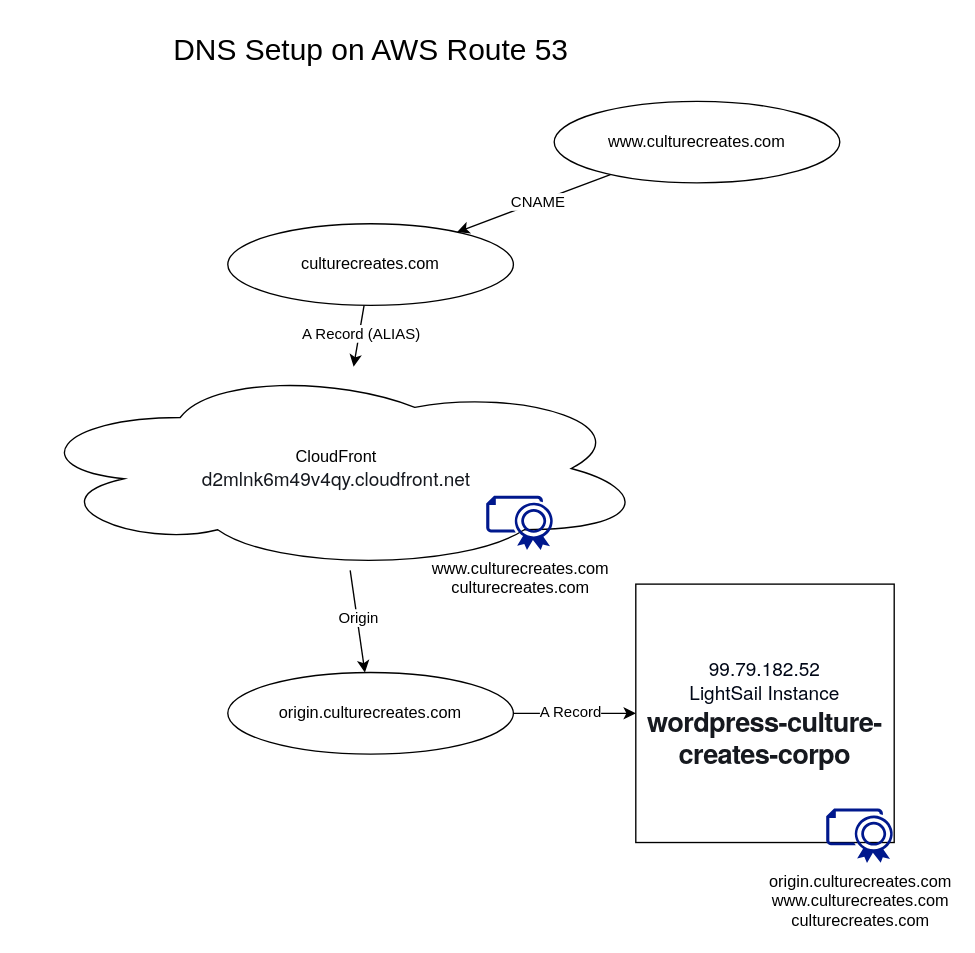
The draw.io diagram Corpo Website Hosting Diagram.drawio in culturecreates/culture-creates-wiki, before the edit. Source tidied: cells renumbered, new cells numbered last; positions are measured from the earlier drawing's top-left corner, leaving out a move shared by most shapes. Both pictures are drawn from the tidied source at 136%, with x=0, y=0 at pixel (23, 23).
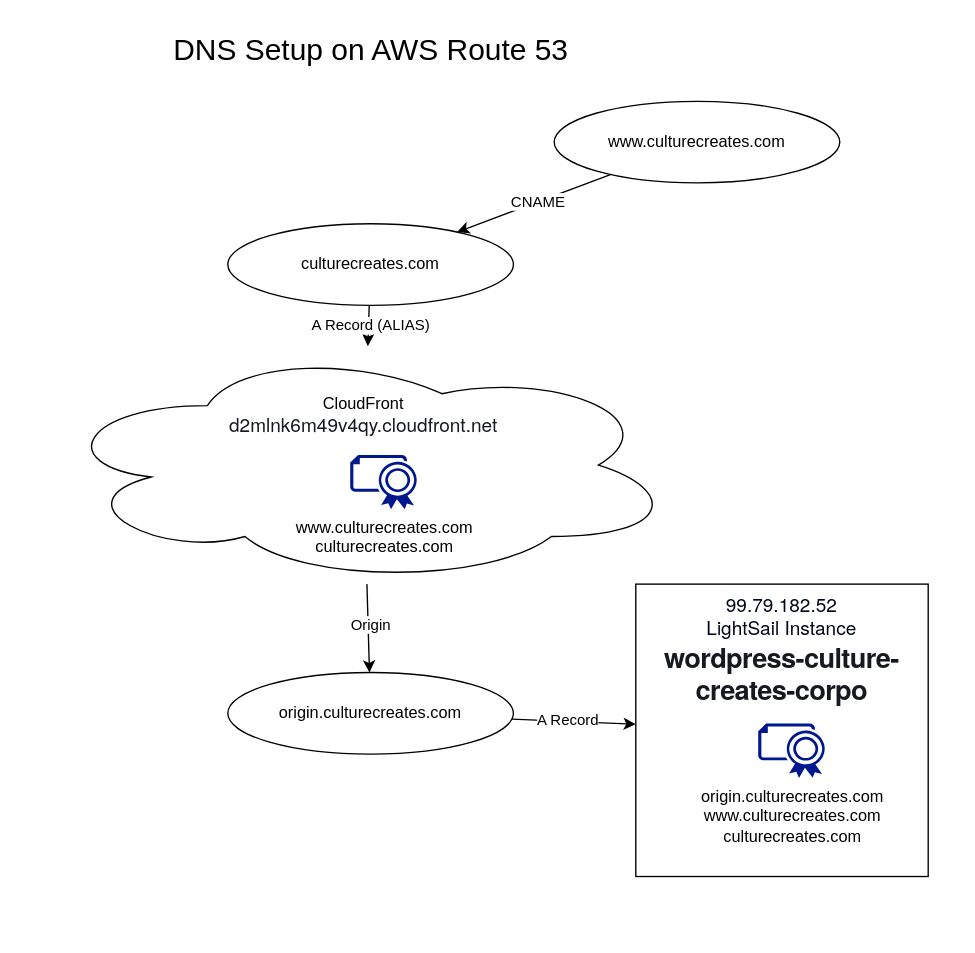
The same page after the edit.

Change to the diagram source:
```diff
@@
 <mxGraphModel>
   <root>
     <mxCell id="0" />
     <mxCell id="1" parent="0" />
-    <mxCell id="2" value="&lt;span style=&quot;text-align: start; caret-color: rgb(0, 7, 22); color: rgb(0, 7, 22); font-family: &amp;quot;Amazon Ember&amp;quot;, &amp;quot;Helvetica Neue&amp;quot;, Roboto, Arial, sans-serif; font-size: 14px; background-color: rgb(255, 255, 255);&quot;&gt;99.79.182.52&lt;/span&gt;&lt;br&gt;&lt;div&gt;&lt;span style=&quot;text-align: start; caret-color: rgb(0, 7, 22); color: rgb(0, 7, 22); font-family: &amp;quot;Amazon Ember&amp;quot;, &amp;quot;Helvetica Neue&amp;quot;, Roboto, Arial, sans-serif; font-size: 14px; background-color: rgb(255, 255, 255);&quot;&gt;LightSail Instance&lt;/span&gt;&lt;/div&gt;&lt;div&gt;&lt;span style=&quot;text-align: start; caret-color: rgb(22, 25, 31); color: rgb(22, 25, 31); font-family: &amp;quot;Amazon Ember&amp;quot;, &amp;quot;Helvetica Neue&amp;quot;, Roboto, Arial, sans-serif; font-weight: 700; letter-spacing: -0.48px; background-color: rgb(255, 255, 255);&quot;&gt;&lt;font style=&quot;font-size: 20px;&quot;&gt;wordpress-culture-creates-corpo&lt;/font&gt;&lt;/span&gt;&lt;span style=&quot;text-align: start; caret-color: rgb(0, 7, 22); color: rgb(0, 7, 22); font-family: &amp;quot;Amazon Ember&amp;quot;, &amp;quot;Helvetica Neue&amp;quot;, Roboto, Arial, sans-serif; font-size: 14px; background-color: rgb(255, 255, 255);&quot;&gt;&lt;br&gt;&lt;/span&gt;&lt;/div&gt;" style="whiteSpace=wrap;html=1;" parent="1" vertex="1">
-      <mxGeometry x="450" y="412" width="190" height="190" as="geometry" />
+    <mxCell id="2" value="&lt;span style=&quot;text-align: start; caret-color: rgb(0, 7, 22); color: rgb(0, 7, 22); font-family: &amp;quot;Amazon Ember&amp;quot;, &amp;quot;Helvetica Neue&amp;quot;, Roboto, Arial, sans-serif; font-size: 14px; background-color: rgb(255, 255, 255);&quot;&gt;99.79.182.52&lt;/span&gt;&lt;br&gt;&lt;div&gt;&lt;span style=&quot;text-align: start; caret-color: rgb(0, 7, 22); color: rgb(0, 7, 22); font-family: &amp;quot;Amazon Ember&amp;quot;, &amp;quot;Helvetica Neue&amp;quot;, Roboto, Arial, sans-serif; font-size: 14px; background-color: rgb(255, 255, 255);&quot;&gt;LightSail Instance&lt;/span&gt;&lt;/div&gt;&lt;div&gt;&lt;span style=&quot;text-align: start; caret-color: rgb(22, 25, 31); color: rgb(22, 25, 31); font-family: &amp;quot;Amazon Ember&amp;quot;, &amp;quot;Helvetica Neue&amp;quot;, Roboto, Arial, sans-serif; font-weight: 700; letter-spacing: -0.48px; background-color: rgb(255, 255, 255);&quot;&gt;&lt;font style=&quot;font-size: 20px;&quot;&gt;wordpress-culture-creates-corpo&lt;/font&gt;&lt;/span&gt;&lt;span style=&quot;text-align: start; caret-color: rgb(0, 7, 22); color: rgb(0, 7, 22); font-family: &amp;quot;Amazon Ember&amp;quot;, &amp;quot;Helvetica Neue&amp;quot;, Roboto, Arial, sans-serif; font-size: 14px; background-color: rgb(255, 255, 255);&quot;&gt;&lt;br&gt;&lt;/span&gt;&lt;/div&gt;" style="whiteSpace=wrap;html=1;verticalAlign=top;" parent="1" vertex="1">
+      <mxGeometry x="450" y="412" width="215" height="215" as="geometry" />
     </mxCell>
     <mxCell id="3" style="endArrow=classic;html=1;rounded=0;" parent="1" edge="1" source="12" target="2">
       <mxGeometry relative="1" as="geometry" />
     </mxCell>
     <mxCell id="4" value="A Record" style="edgeLabel;html=1;align=center;verticalAlign=middle;" parent="3" vertex="1">
       <mxGeometry x="-0.07" y="2" relative="1" as="geometry">
         <mxPoint x="-1" as="offset" />
       </mxGeometry>
     </mxCell>
-    <mxCell id="5" value="CloudFront&lt;div&gt;&lt;span style=&quot;text-align: start; caret-color: rgb(22, 25, 31); color: rgb(22, 25, 31); font-family: &amp;quot;Amazon Ember&amp;quot;, &amp;quot;Helvetica Neue&amp;quot;, Roboto, Arial, sans-serif; font-size: 14px; background-color: rgb(255, 255, 255);&quot;&gt;d2mlnk6m49v4qy.cloudfront.net&lt;/span&gt;&lt;br&gt;&lt;/div&gt;" style="ellipse;shape=cloud;whiteSpace=wrap;html=1;" parent="1" vertex="1">
-      <mxGeometry y="252" width="460" height="150" as="geometry" />
+    <mxCell id="5" value="&lt;div&gt;&lt;br&gt;&lt;/div&gt;&lt;div&gt;&lt;br&gt;&lt;/div&gt;CloudFront&lt;div&gt;&lt;span style=&quot;caret-color: rgb(22, 25, 31); color: rgb(22, 25, 31); font-family: &amp;quot;Amazon Ember&amp;quot;, &amp;quot;Helvetica Neue&amp;quot;, Roboto, Arial, sans-serif; font-size: 14px; background-color: rgb(255, 255, 255);&quot;&gt;d2mlnk6m49v4qy.cloudfront.net&lt;/span&gt;&lt;br&gt;&lt;/div&gt;" style="ellipse;shape=cloud;whiteSpace=wrap;html=1;align=center;verticalAlign=top;" parent="1" vertex="1">
+      <mxGeometry x="20" y="237" width="460" height="175" as="geometry" />
     </mxCell>
     <mxCell id="6" value="www.culturecreates.com" style="ellipse;whiteSpace=wrap;html=1;" parent="1" vertex="1">
       <mxGeometry x="390" y="57" width="210" height="60" as="geometry" />
     </mxCell>
     <mxCell id="7" value="culturecreates.com" style="ellipse;whiteSpace=wrap;html=1;" parent="1" vertex="1">
       <mxGeometry x="150" y="147" width="210" height="60" as="geometry" />
     </mxCell>
     <mxCell id="8" style="endArrow=classic;html=1;rounded=0;" parent="1" edge="1" source="6" target="7">
       <mxGeometry relative="1" as="geometry" />
     </mxCell>
     <mxCell id="9" value="CNAME" style="edgeLabel;html=1;align=center;verticalAlign=middle;" parent="8" vertex="1">
       <mxGeometry x="-0.05" relative="1" as="geometry" />
     </mxCell>
     <mxCell id="10" style="endArrow=classic;html=1;rounded=0;" parent="1" edge="1" source="7" target="5">
       <mxGeometry relative="1" as="geometry" />
     </mxCell>
     <mxCell id="11" value="A Record (ALIAS)" style="edgeLabel;html=1;align=center;verticalAlign=middle;" parent="10" vertex="1">
       <mxGeometry x="-0.07" y="1" relative="1" as="geometry" />
     </mxCell>
     <mxCell id="12" value="origin.culturecreates.com" style="ellipse;whiteSpace=wrap;html=1;" parent="1" vertex="1">
       <mxGeometry x="150" y="477" width="210" height="60" as="geometry" />
     </mxCell>
     <mxCell id="13" style="endArrow=classic;html=1;rounded=0;" parent="1" edge="1" source="5" target="12">
       <mxGeometry relative="1" as="geometry" />
     </mxCell>
     <mxCell id="14" value="Origin" style="edgeLabel;html=1;align=center;verticalAlign=middle;" parent="13" vertex="1">
       <mxGeometry x="-0.07" y="1" relative="1" as="geometry" />
     </mxCell>
     <mxCell id="15" value="origin.culturecreates.com&lt;div&gt;www.culturecreates.com&lt;/div&gt;&lt;div&gt;culturecreates.com&lt;/div&gt;" style="shadow=0;dashed=0;html=1;strokeColor=none;labelPosition=center;verticalLabelPosition=bottom;verticalAlign=top;align=center;fillColor=#00188D;shape=mxgraph.azure.certificate;" parent="1" vertex="1">
-      <mxGeometry x="590" y="577" width="50" height="40" as="geometry" />
+      <mxGeometry x="540" y="514.5" width="50" height="40" as="geometry" />
     </mxCell>
     <mxCell id="16" value="&lt;div&gt;www.culturecreates.com&lt;/div&gt;&lt;div&gt;culturecreates.com&lt;/div&gt;" style="sketch=0;shadow=0;dashed=0;html=1;strokeColor=none;labelPosition=center;verticalLabelPosition=bottom;verticalAlign=top;align=center;fillColor=#00188D;shape=mxgraph.azure.certificate;labelBackgroundColor=none;labelBorderColor=none;" parent="1" vertex="1">
-      <mxGeometry x="340" y="347" width="50" height="40" as="geometry" />
+      <mxGeometry x="240" y="317" width="50" height="40" as="geometry" />
     </mxCell>
     <mxCell id="17" value="DNS Setup on AWS Route 53" style="text;html=1;align=center;verticalAlign=middle;strokeColor=none;fillColor=none;fontSize=22;" parent="1" vertex="1">
       <mxGeometry x="100" width="310" height="40" as="geometry" />
     </mxCell>
   </root>
 </mxGraphModel>
```
